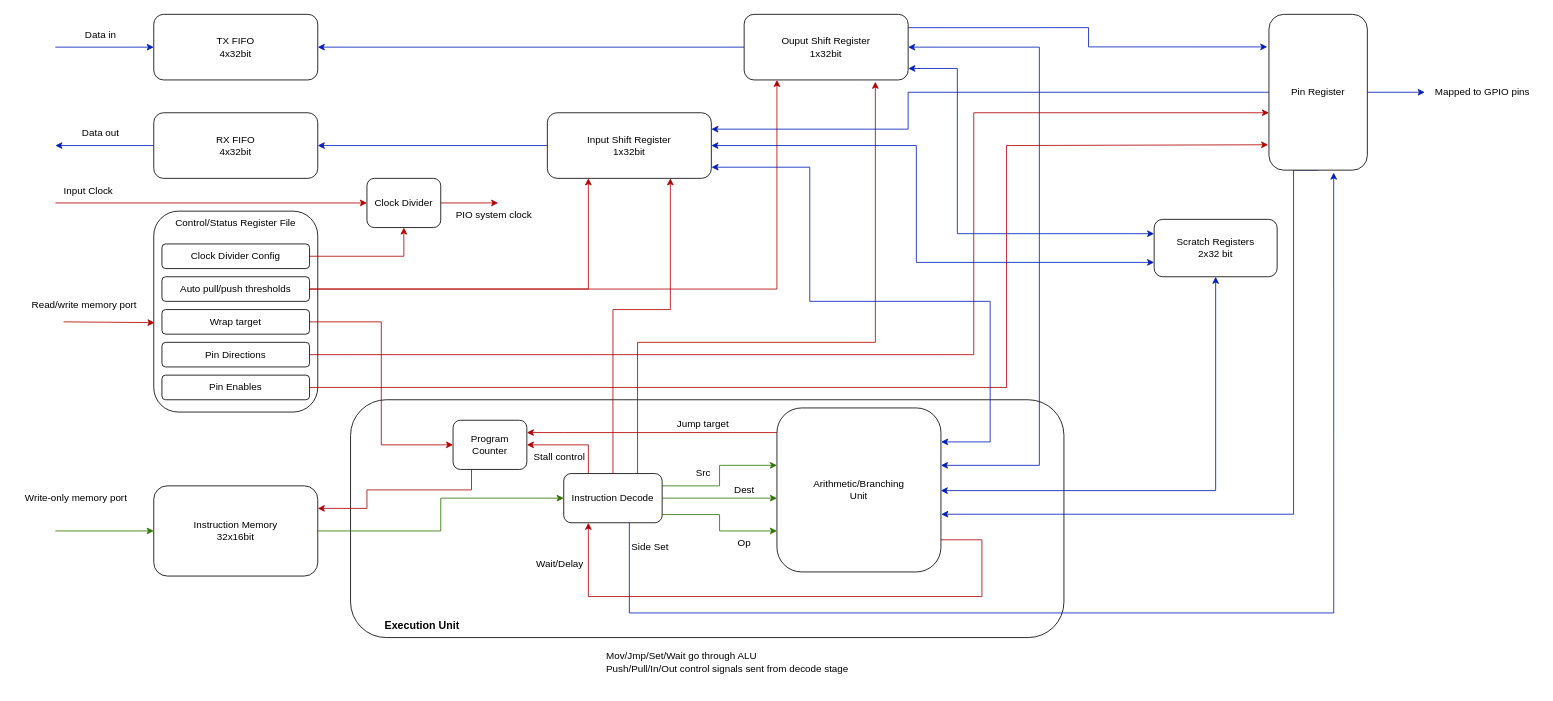
Before: docs/pio-block.drawio in Joeyh021/riscv-pio, a draw.io diagram. Source tidied: cells renumbered, new cells numbered last; positions are measured from the earlier drawing's top-left corner, leaving out a move shared by most shapes. Both pictures are drawn from the tidied source at 82%, with x=0, y=0 at pixel (14, 14).
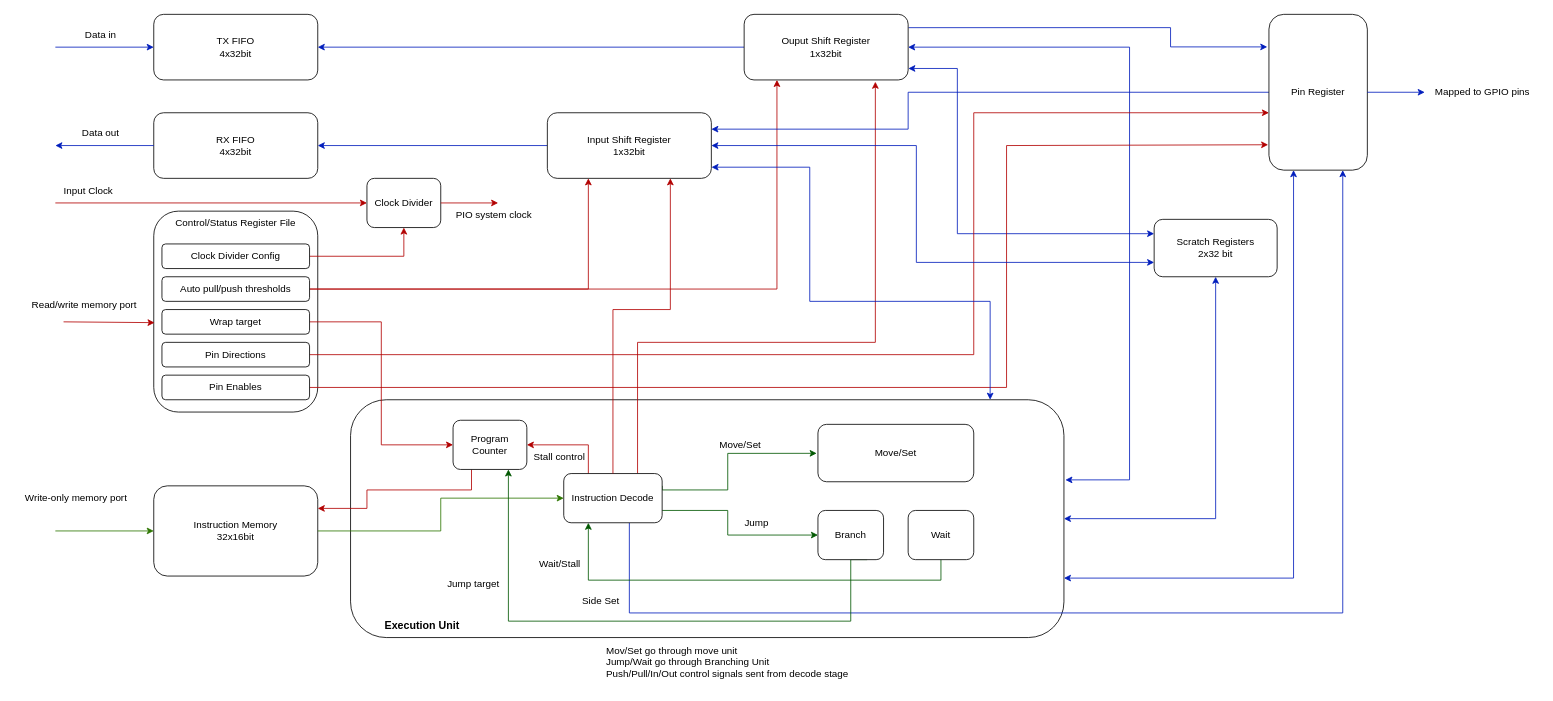
The same page after the edit.

The change refers to these unchanged cells:
```xml
<mxCell id="2" style="rounded=1;whiteSpace=wrap;html=1;" parent="1" vertex="1">
  <mxGeometry x="410" y="470" width="870" height="290" as="geometry" />
</mxCell>
<mxCell id="11" value="&lt;div&gt;Ouput Shift Register&lt;/div&gt;&lt;div&gt;1x32bit&lt;br&gt;&lt;/div&gt;" style="rounded=1;whiteSpace=wrap;html=1;fontSize=12;" parent="1" vertex="1">
  <mxGeometry x="890" width="200" height="80" as="geometry" />
</mxCell>
<mxCell id="14" value="&lt;div&gt;Program Counter&lt;/div&gt;" style="rounded=1;whiteSpace=wrap;html=1;fontSize=12;" parent="1" vertex="1">
  <mxGeometry x="535" y="495" width="90" height="60" as="geometry" />
</mxCell>
<mxCell id="21" value="&lt;div&gt;Instruction Decode&lt;/div&gt;" style="rounded=1;whiteSpace=wrap;html=1;fontSize=12;" parent="1" vertex="1">
  <mxGeometry x="670" y="560" width="120" height="60" as="geometry" />
</mxCell>
<mxCell id="41" value="&lt;div&gt;Pin Register&lt;/div&gt;" style="rounded=1;whiteSpace=wrap;html=1;" parent="1" vertex="1">
  <mxGeometry x="1530" width="120" height="190" as="geometry" />
</mxCell>
<mxCell id="58" value="&lt;div&gt;Input Shift Register&lt;/div&gt;&lt;div&gt;1x32bit&lt;br&gt;&lt;/div&gt;" style="rounded=1;whiteSpace=wrap;html=1;fontSize=12;" parent="1" vertex="1">
  <mxGeometry x="650" y="120" width="200" height="80" as="geometry" />
</mxCell>
<mxCell id="61" value="&lt;div&gt;Scratch Registers&lt;/div&gt;&lt;div&gt;2x32 bit&lt;br&gt;&lt;/div&gt;" style="rounded=1;whiteSpace=wrap;html=1;fontSize=12;" parent="1" vertex="1">
  <mxGeometry x="1390" y="250" width="150" height="70" as="geometry" />
</mxCell>
```

What changed in the source:
```diff
@@
     <mxCell id="8" style="edgeStyle=orthogonalEdgeStyle;rounded=0;jettySize=auto;html=1;entryX=-0.017;entryY=0.209;entryDx=0;entryDy=0;entryPerimeter=0;endArrow=classic;endFill=1;exitX=1.002;exitY=0.203;exitDx=0;exitDy=0;exitPerimeter=0;startArrow=none;startFill=0;fillColor=#0050ef;strokeColor=#001DBC;" parent="1" edge="1" source="11" target="41">
-      <mxGeometry relative="1" as="geometry" />
+      <mxGeometry relative="1" as="geometry">
+        <Array as="points">
+          <mxPoint x="1410" y="16" />
+          <mxPoint x="1410" y="40" />
+        </Array>
+      </mxGeometry>
     </mxCell>
@@
-    <mxCell id="16" style="edgeStyle=orthogonalEdgeStyle;rounded=0;jettySize=auto;html=1;entryX=0;entryY=0.75;entryDx=0;entryDy=0;fillColor=#60a917;strokeColor=#2D7600;" parent="1" edge="1" source="21" target="26">
-      <mxGeometry relative="1" as="geometry">
-        <Array as="points">
-          <mxPoint x="860" y="610" />
-          <mxPoint x="860" y="630" />
-        </Array>
-      </mxGeometry>
-    </mxCell>
-    <mxCell id="17" style="edgeStyle=orthogonalEdgeStyle;rounded=0;jettySize=auto;html=1;entryX=0;entryY=0.55;entryDx=0;entryDy=0;entryPerimeter=0;startArrow=none;startFill=0;endArrow=classic;endFill=1;fillColor=#60a917;strokeColor=#2D7600;" parent="1" edge="1" source="21" target="26">
-      <mxGeometry relative="1" as="geometry" />
-    </mxCell>
-    <mxCell id="18" style="edgeStyle=orthogonalEdgeStyle;rounded=0;jettySize=auto;html=1;exitX=1;exitY=0.25;exitDx=0;exitDy=0;startArrow=none;startFill=0;endArrow=classic;endFill=1;fillColor=#60a917;strokeColor=#2D7600;" parent="1" edge="1" source="21" target="26">
+    <mxCell id="18" style="edgeStyle=orthogonalEdgeStyle;rounded=0;jettySize=auto;html=1;exitX=1;exitY=0.25;exitDx=0;exitDy=0;startArrow=none;startFill=0;endArrow=classic;endFill=1;fillColor=#008a00;strokeColor=#005700;entryX=-0.008;entryY=0.505;entryDx=0;entryDy=0;entryPerimeter=0;" parent="1" edge="1" source="21" target="26">
       <mxGeometry relative="1" as="geometry">
         <Array as="points">
-          <mxPoint x="860" y="575" />
-          <mxPoint x="860" y="550" />
+          <mxPoint x="790" y="580" />
+          <mxPoint x="870" y="580" />
+          <mxPoint x="870" y="535" />
+          <mxPoint x="979" y="535" />
         </Array>
       </mxGeometry>
     </mxCell>
-    <mxCell id="19" style="edgeStyle=orthogonalEdgeStyle;rounded=0;jettySize=auto;html=1;entryX=0.658;entryY=1.016;entryDx=0;entryDy=0;entryPerimeter=0;startArrow=none;startFill=0;endArrow=classic;endFill=1;fillColor=#0050ef;strokeColor=#001DBC;" parent="1" edge="1" source="21" target="41">
+    <mxCell id="19" style="edgeStyle=orthogonalEdgeStyle;rounded=0;jettySize=auto;html=1;entryX=0.75;entryY=1;entryDx=0;entryDy=0;startArrow=none;startFill=0;endArrow=classic;endFill=1;fillColor=#0050ef;strokeColor=#001DBC;" parent="1" edge="1" source="21" target="41">
       <mxGeometry relative="1" as="geometry">
         <Array as="points">
           <mxPoint x="750" y="730" />
-          <mxPoint x="1609" y="730" />
+          <mxPoint x="1620" y="730" />
         </Array>
       </mxGeometry>
     </mxCell>
@@
+    <mxCell id="71" style="edgeStyle=orthogonalEdgeStyle;rounded=0;jettySize=auto;html=1;entryX=0;entryY=0.5;entryDx=0;entryDy=0;startArrow=none;startFill=0;exitX=1;exitY=0.75;exitDx=0;exitDy=0;fillColor=#008a00;strokeColor=#005700;" parent="1" edge="1" source="21" target="73">
+      <mxGeometry relative="1" as="geometry">
+        <Array as="points">
+          <mxPoint x="870" y="605" />
+          <mxPoint x="870" y="635" />
+        </Array>
+      </mxGeometry>
+    </mxCell>
@@
-    <mxCell id="22" style="edgeStyle=orthogonalEdgeStyle;rounded=0;jettySize=auto;html=1;entryX=1;entryY=0.25;entryDx=0;entryDy=0;fillColor=#e51400;strokeColor=#B20000;" parent="1" edge="1" source="26" target="14">
-      <mxGeometry relative="1" as="geometry">
-        <Array as="points">
-          <mxPoint x="670" y="510" />
-          <mxPoint x="670" y="510" />
-        </Array>
-      </mxGeometry>
-    </mxCell>
-    <mxCell id="23" style="edgeStyle=orthogonalEdgeStyle;rounded=0;jettySize=auto;html=1;startArrow=classic;startFill=1;endArrow=classic;endFill=1;fillColor=#0050ef;strokeColor=#001DBC;" parent="1" edge="1" source="26" target="11">
+    <mxCell id="23" style="edgeStyle=orthogonalEdgeStyle;rounded=0;jettySize=auto;html=1;startArrow=classic;startFill=1;endArrow=classic;endFill=1;fillColor=#0050ef;strokeColor=#001DBC;exitX=1.002;exitY=0.337;exitDx=0;exitDy=0;exitPerimeter=0;" parent="1" edge="1" source="2" target="11">
       <mxGeometry relative="1" as="geometry">
         <Array as="points">
-          <mxPoint x="1250" y="550" />
-          <mxPoint x="1250" y="40" />
+          <mxPoint x="1360" y="568" />
+          <mxPoint x="1360" y="40" />
         </Array>
       </mxGeometry>
     </mxCell>
@@
-    <mxCell id="25" style="edgeStyle=orthogonalEdgeStyle;rounded=0;jettySize=auto;html=1;startArrow=none;startFill=0;endArrow=classic;endFill=1;exitX=0.995;exitY=0.804;exitDx=0;exitDy=0;exitPerimeter=0;fillColor=#e51400;strokeColor=#B20000;entryX=0.25;entryY=1;entryDx=0;entryDy=0;" parent="1" edge="1" source="26" target="21">
-      <mxGeometry relative="1" as="geometry">
-        <Array as="points">
-          <mxPoint x="1180" y="641" />
-          <mxPoint x="1180" y="710" />
-          <mxPoint x="700" y="710" />
-        </Array>
-      </mxGeometry>
-    </mxCell>
-    <mxCell id="26" value="&lt;div&gt;Arithmetic/Branching&lt;/div&gt;&lt;div&gt;Unit&lt;/div&gt;" style="rounded=1;whiteSpace=wrap;html=1;" parent="1" vertex="1">
-      <mxGeometry x="930" y="480" width="200" height="200" as="geometry" />
+    <mxCell id="26" value="Move/Set" style="rounded=1;whiteSpace=wrap;html=1;" parent="1" vertex="1">
+      <mxGeometry x="980" y="500" width="190" height="70" as="geometry" />
     </mxCell>
@@
-    <mxCell id="39" style="edgeStyle=orthogonalEdgeStyle;rounded=0;jettySize=auto;html=1;endArrow=classic;endFill=1;entryX=1.002;entryY=0.648;entryDx=0;entryDy=0;entryPerimeter=0;exitX=0.5;exitY=1;exitDx=0;exitDy=0;fillColor=#0050ef;strokeColor=#001DBC;" parent="1" edge="1" source="41" target="26">
+    <mxCell id="39" style="edgeStyle=orthogonalEdgeStyle;rounded=0;jettySize=auto;html=1;endArrow=classic;endFill=1;entryX=1;entryY=0.75;entryDx=0;entryDy=0;exitX=0.25;exitY=1;exitDx=0;exitDy=0;fillColor=#0050ef;strokeColor=#001DBC;startArrow=classic;startFill=1;" parent="1" edge="1" source="41" target="2">
       <mxGeometry relative="1" as="geometry">
         <Array as="points">
-          <mxPoint x="1560" y="190" />
-          <mxPoint x="1560" y="610" />
+          <mxPoint x="1560" y="687" />
         </Array>
       </mxGeometry>
     </mxCell>
@@
-    <mxCell id="57" style="edgeStyle=orthogonalEdgeStyle;rounded=0;jettySize=auto;html=1;entryX=1.001;entryY=0.207;entryDx=0;entryDy=0;startArrow=classic;startFill=1;endArrow=classic;endFill=1;fillColor=#0050ef;strokeColor=#001DBC;entryPerimeter=0;exitX=1.001;exitY=0.83;exitDx=0;exitDy=0;exitPerimeter=0;" parent="1" edge="1" source="58" target="26">
+    <mxCell id="57" style="edgeStyle=orthogonalEdgeStyle;rounded=0;jettySize=auto;html=1;startArrow=classic;startFill=1;endArrow=classic;endFill=1;fillColor=#0050ef;strokeColor=#001DBC;exitX=1.001;exitY=0.83;exitDx=0;exitDy=0;exitPerimeter=0;" parent="1" edge="1" source="58" target="2">
       <mxGeometry relative="1" as="geometry">
         <Array as="points">
           <mxPoint x="970" y="186" />
           <mxPoint x="970" y="350" />
           <mxPoint x="1190" y="350" />
-          <mxPoint x="1190" y="521" />
         </Array>
       </mxGeometry>
     </mxCell>
@@
-    <mxCell id="60" style="edgeStyle=orthogonalEdgeStyle;rounded=0;jettySize=auto;html=1;entryX=0.999;entryY=0.504;entryDx=0;entryDy=0;entryPerimeter=0;startArrow=classic;startFill=1;endArrow=classic;endFill=1;exitX=0.5;exitY=1;exitDx=0;exitDy=0;fillColor=#0050ef;strokeColor=#001DBC;" parent="1" edge="1" source="61" target="26">
+    <mxCell id="60" style="edgeStyle=orthogonalEdgeStyle;rounded=0;jettySize=auto;html=1;startArrow=classic;startFill=1;endArrow=classic;endFill=1;exitX=0.5;exitY=1;exitDx=0;exitDy=0;fillColor=#0050ef;strokeColor=#001DBC;entryX=1;entryY=0.5;entryDx=0;entryDy=0;" parent="1" edge="1" source="61" target="2">
       <mxGeometry relative="1" as="geometry">
         <Array as="points">
-          <mxPoint x="1465" y="580" />
-          <mxPoint x="1130" y="580" />
+          <mxPoint x="1465" y="615" />
         </Array>
       </mxGeometry>
     </mxCell>
@@
-    <mxCell id="62" value="Op" style="text;html=1;align=center;verticalAlign=middle;strokeColor=none;fillColor=none;" parent="1" vertex="1">
-      <mxGeometry x="870" y="630" width="40" height="30" as="geometry" />
-    </mxCell>
-    <mxCell id="63" value="Src" style="text;html=1;align=center;verticalAlign=middle;strokeColor=none;fillColor=none;" parent="1" vertex="1">
-      <mxGeometry x="820" y="545" width="40" height="30" as="geometry" />
+    <mxCell id="63" value="Move/Set " style="text;html=1;align=center;verticalAlign=middle;strokeColor=none;fillColor=none;" parent="1" vertex="1">
+      <mxGeometry x="850" y="510" width="70" height="30" as="geometry" />
     </mxCell>
-    <mxCell id="64" value="Dest" style="text;html=1;align=center;verticalAlign=middle;strokeColor=none;fillColor=none;" parent="1" vertex="1">
-      <mxGeometry x="865" y="565" width="50" height="30" as="geometry" />
-    </mxCell>
-    <mxCell id="65" value="&lt;div&gt;Mov/Jmp/Set/Wait go through ALU&lt;/div&gt;&lt;div&gt;Push/Pull/In/Out control signals sent from decode stage&lt;br&gt;&lt;/div&gt;" style="text;html=1;align=left;verticalAlign=middle;strokeColor=none;fillColor=none;" parent="1" vertex="1">
-      <mxGeometry x="720" y="770" width="330" height="40" as="geometry" />
+    <mxCell id="65" value="&lt;div&gt;Mov/Set go through move unit&lt;br&gt;&lt;/div&gt;&lt;div&gt;Jump/Wait go through Branching Unit&lt;br&gt;&lt;/div&gt;&lt;div&gt;Push/Pull/In/Out control signals sent from decode stage&lt;br&gt;&lt;/div&gt;" style="text;html=1;align=left;verticalAlign=middle;strokeColor=none;fillColor=none;" parent="1" vertex="1">
+      <mxGeometry x="720" y="760" width="320" height="60" as="geometry" />
     </mxCell>
     <mxCell id="66" value="Side Set" style="text;html=1;align=center;verticalAlign=middle;strokeColor=none;fillColor=none;" parent="1" vertex="1">
-      <mxGeometry x="740" y="635" width="70" height="30" as="geometry" />
+      <mxGeometry x="680" y="700" width="70" height="30" as="geometry" />
     </mxCell>
-    <mxCell id="67" value="Wait/Delay" style="text;html=1;align=center;verticalAlign=middle;strokeColor=none;fillColor=none;" parent="1" vertex="1">
-      <mxGeometry x="625" y="655" width="80" height="30" as="geometry" />
+    <mxCell id="67" value="Wait/Stall" style="text;html=1;align=center;verticalAlign=middle;strokeColor=none;fillColor=none;" parent="1" vertex="1">
+      <mxGeometry x="630" y="655" width="70" height="30" as="geometry" />
     </mxCell>
@@
     <mxCell id="69" value="Jump target" style="text;html=1;strokeColor=none;fillColor=none;align=center;verticalAlign=middle;whiteSpace=wrap;rounded=0;" parent="1" vertex="1">
-      <mxGeometry x="800" y="485" width="80" height="30" as="geometry" />
+      <mxGeometry x="520" y="680" width="80" height="30" as="geometry" />
     </mxCell>
@@
+    <mxCell id="72" style="edgeStyle=orthogonalEdgeStyle;rounded=0;jettySize=auto;html=1;entryX=0.75;entryY=1;entryDx=0;entryDy=0;startArrow=none;startFill=0;endArrow=classic;endFill=1;exitX=0.75;exitY=1;exitDx=0;exitDy=0;fillColor=#008a00;strokeColor=#005700;" parent="1" edge="1" source="73" target="14">
+      <mxGeometry relative="1" as="geometry">
+        <Array as="points">
+          <mxPoint x="1020" y="665" />
+          <mxPoint x="1020" y="740" />
+          <mxPoint x="603" y="740" />
+        </Array>
+      </mxGeometry>
+    </mxCell>
+    <mxCell id="73" value="Branch" style="rounded=1;whiteSpace=wrap;html=1;" parent="1" vertex="1">
+      <mxGeometry x="980" y="605" width="80" height="60" as="geometry" />
+    </mxCell>
+    <mxCell id="74" value="&lt;div&gt;Jump&lt;/div&gt;" style="text;html=1;align=center;verticalAlign=middle;strokeColor=none;fillColor=none;" parent="1" vertex="1">
+      <mxGeometry x="880" y="605" width="50" height="30" as="geometry" />
+    </mxCell>
+    <mxCell id="75" style="edgeStyle=orthogonalEdgeStyle;rounded=0;jettySize=auto;html=1;entryX=0.25;entryY=1;entryDx=0;entryDy=0;startArrow=none;startFill=0;endArrow=classic;endFill=1;fillColor=#008a00;strokeColor=#005700;" parent="1" edge="1" source="76" target="21">
+      <mxGeometry relative="1" as="geometry">
+        <Array as="points">
+          <mxPoint x="1130" y="690" />
+          <mxPoint x="700" y="690" />
+        </Array>
+      </mxGeometry>
+    </mxCell>
+    <mxCell id="76" value="&lt;div&gt;Wait&lt;/div&gt;" style="rounded=1;whiteSpace=wrap;html=1;" parent="1" vertex="1">
+      <mxGeometry x="1090" y="605" width="80" height="60" as="geometry" />
+    </mxCell>
```
